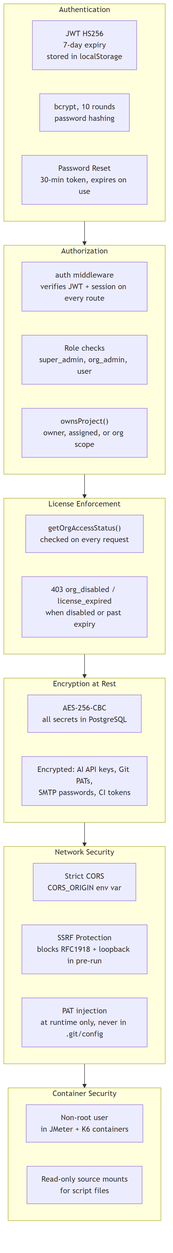
This is docs/images/security-model.png from tasleem-zaif/perf-studio, a Mermaid export, as it was before one commit. Its source is kept beside it as docs/images/security-model.mmd.
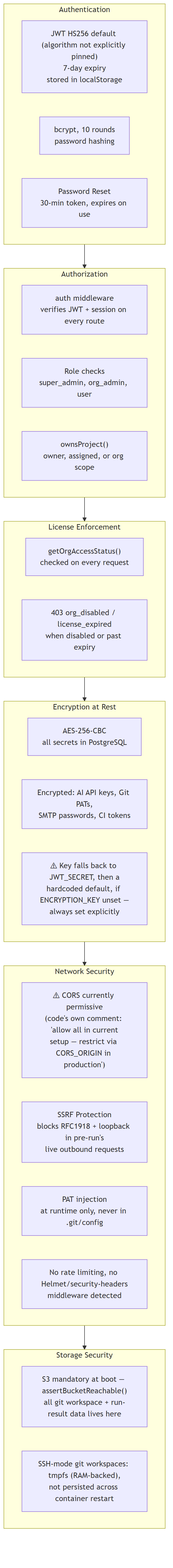
The same diagram one commit later.

Change to the diagram source:
```diff
@@ -1,6 +1,6 @@
 flowchart TB
     subgraph Auth["Authentication"]
-        A1["JWT HS256<br/>7-day expiry<br/>stored in localStorage"]
+        A1["JWT HS256 default (algorithm not explicitly pinned)<br/>7-day expiry<br/>stored in localStorage"]
         A2["bcrypt, 10 rounds<br/>password hashing"]
         A3["Password Reset<br/>30-min token, expires on use"]
     end
@@ -19,17 +19,19 @@
     subgraph Enc["Encryption at Rest"]
         E1["AES-256-CBC<br/>all secrets in PostgreSQL"]
         E2["Encrypted: AI API keys, Git PATs,<br/>SMTP passwords, CI tokens"]
+        E3["⚠ Key falls back to JWT_SECRET, then a<br/>hardcoded default, if ENCRYPTION_KEY unset —<br/>always set explicitly"]
     end
 
     subgraph Net["Network Security"]
-        N1["Strict CORS<br/>CORS_ORIGIN env var"]
-        N2["SSRF Protection<br/>blocks RFC1918 + loopback in pre-run"]
+        N1["⚠ CORS currently permissive<br/>(code's own comment: 'allow all in current<br/>setup — restrict via CORS_ORIGIN in production')"]
+        N2["SSRF Protection<br/>blocks RFC1918 + loopback in pre-run's<br/>live outbound requests"]
         N3["PAT injection<br/>at runtime only, never in .git/config"]
+        N4["No rate limiting, no Helmet/security-headers<br/>middleware detected"]
     end
 
-    subgraph Cont["Container Security"]
-        C1["Non-root user<br/>in JMeter + K6 containers"]
-        C2["Read-only source mounts<br/>for script files"]
+    subgraph Store["Storage Security"]
+        S1["S3 mandatory at boot — assertBucketReachable()<br/>all git workspace + run-result data lives here"]
+        S2["SSH-mode git workspaces: tmpfs (RAM-backed),<br/>not persisted across container restart"]
     end
 
-    Auth --> Authz --> Lic --> Enc --> Net --> Cont
+    Auth --> Authz --> Lic --> Enc --> Net --> Store
```
